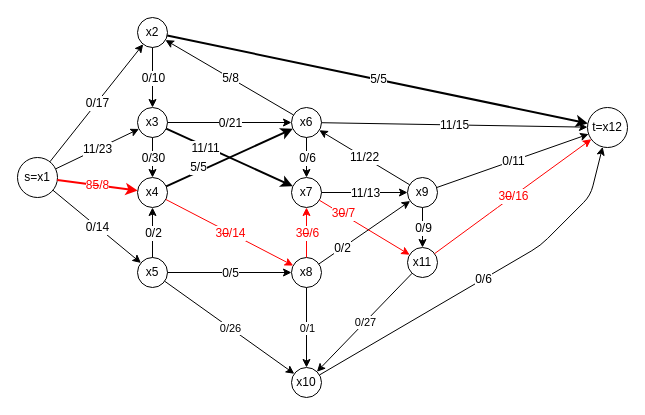
The draw.io diagram дискретка/work graph.drawio in Trickster2038/BmstuLabs4, before the edit. Source tidied: cells renumbered, new cells numbered last; positions are measured from the earlier drawing's top-left corner, leaving out a move shared by most shapes. Both pictures are drawn from the tidied source at 100%, with x=0, y=0 at pixel (17, 17).
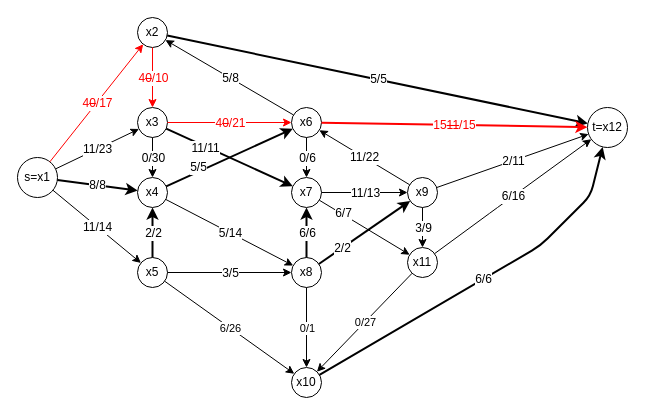
The same page after the edit.

The change refers to these unchanged cells:
```xml
<mxCell id="17" value="t=x12" style="ellipse;whiteSpace=wrap;html=1;fontSize=12;" parent="1" vertex="1">
  <mxGeometry x="570" y="90" width="40" height="40" as="geometry" />
</mxCell>
```

The edit, as a diff of the source:
```diff
@@
-    <mxCell id="2" value="s=x1" style="ellipse;whiteSpace=wrap;html=1;fontSize=12;" parent="1" vertex="1">
+    <mxCell id="2" value="s=x1" style="ellipse;whiteSpace=wrap;html=1;fontSize=12;labelBackgroundColor=#ffffff;" parent="1" vertex="1">
       <mxGeometry y="140" width="40" height="40" as="geometry" />
     </mxCell>
-    <mxCell id="3" value="x2" style="ellipse;whiteSpace=wrap;html=1;fontSize=12;" parent="1" vertex="1">
+    <mxCell id="3" value="x2" style="ellipse;whiteSpace=wrap;html=1;fontSize=12;labelBackgroundColor=#ffffff;" parent="1" vertex="1">
       <mxGeometry x="120" width="30" height="30" as="geometry" />
     </mxCell>
-    <mxCell id="4" value="x3" style="ellipse;whiteSpace=wrap;html=1;fontSize=12;" parent="1" vertex="1">
+    <mxCell id="4" value="x3" style="ellipse;whiteSpace=wrap;html=1;fontSize=12;labelBackgroundColor=#ffffff;" parent="1" vertex="1">
       <mxGeometry x="120" y="90" width="30" height="30" as="geometry" />
     </mxCell>
-    <mxCell id="5" value="x4" style="ellipse;whiteSpace=wrap;html=1;fontSize=12;" parent="1" vertex="1">
+    <mxCell id="5" value="x4" style="ellipse;whiteSpace=wrap;html=1;fontSize=12;labelBackgroundColor=#ffffff;" parent="1" vertex="1">
       <mxGeometry x="120" y="160" width="30" height="30" as="geometry" />
     </mxCell>
-    <mxCell id="6" value="x5" style="ellipse;whiteSpace=wrap;html=1;" parent="1" vertex="1">
+    <mxCell id="6" value="x5" style="ellipse;whiteSpace=wrap;html=1;labelBackgroundColor=#ffffff;" parent="1" vertex="1">
       <mxGeometry x="120" y="240" width="30" height="30" as="geometry" />
     </mxCell>
-    <mxCell id="7" style="endArrow=classic;html=1;fontSize=12;" parent="1" edge="1" source="2" target="3">
+    <mxCell id="7" style="endArrow=classic;html=1;fontSize=12;labelBackgroundColor=#ffffff;strokeColor=#FF0000;" parent="1" edge="1" source="2" target="3">
       <mxGeometry relative="1" as="geometry" />
     </mxCell>
-    <mxCell id="8" value="0/17" style="edgeLabel;html=1;align=center;verticalAlign=middle;fontSize=12;" parent="7" vertex="1">
+    <mxCell id="8" value="4&lt;strike&gt;0&lt;/strike&gt;/17" style="edgeLabel;html=1;align=center;verticalAlign=middle;fontSize=12;labelBackgroundColor=#ffffff;fontColor=#FF0000;" parent="7" vertex="1">
       <mxGeometry relative="1" as="geometry" />
     </mxCell>
-    <mxCell id="9" style="endArrow=classic;html=1;fillColor=#f8cecc;fontSize=12;" parent="1" edge="1" source="2" target="4">
+    <mxCell id="9" style="endArrow=classic;html=1;fillColor=#f8cecc;fontSize=12;labelBackgroundColor=#ffffff;" parent="1" edge="1" source="2" target="4">
       <mxGeometry relative="1" as="geometry" />
     </mxCell>
-    <mxCell id="10" value="11/23" style="edgeLabel;html=1;align=center;verticalAlign=middle;fontSize=12;" parent="9" vertex="1">
+    <mxCell id="10" value="11/23" style="edgeLabel;html=1;align=center;verticalAlign=middle;fontSize=12;labelBackgroundColor=#ffffff;" parent="9" vertex="1">
       <mxGeometry relative="1" as="geometry" />
     </mxCell>
-    <mxCell id="11" style="endArrow=classic;html=1;fontSize=12;strokeColor=#FF0000;strokeWidth=2;" parent="1" edge="1" source="2" target="5">
+    <mxCell id="11" style="endArrow=classic;html=1;fontSize=12;strokeWidth=2;labelBackgroundColor=#ffffff;" parent="1" edge="1" source="2" target="5">
       <mxGeometry relative="1" as="geometry" />
     </mxCell>
-    <mxCell id="12" value="8&lt;strike&gt;5&lt;/strike&gt;/8" style="edgeLabel;html=1;align=center;verticalAlign=middle;fontSize=12;fontColor=#FF0000;" parent="11" vertex="1">
+    <mxCell id="12" value="8/8" style="edgeLabel;html=1;align=center;verticalAlign=middle;fontSize=12;labelBackgroundColor=#ffffff;" parent="11" vertex="1">
       <mxGeometry relative="1" as="geometry" />
     </mxCell>
-    <mxCell id="13" style="endArrow=classic;html=1;fontSize=12;" parent="1" edge="1" source="2" target="6">
+    <mxCell id="13" style="endArrow=classic;html=1;fontSize=12;labelBackgroundColor=#ffffff;" parent="1" edge="1" source="2" target="6">
       <mxGeometry relative="1" as="geometry" />
     </mxCell>
-    <mxCell id="14" value="0/14" style="edgeLabel;html=1;align=center;verticalAlign=middle;fontSize=12;" parent="13" vertex="1">
+    <mxCell id="14" value="11/14" style="edgeLabel;html=1;align=center;verticalAlign=middle;fontSize=12;labelBackgroundColor=#ffffff;" parent="13" vertex="1">
       <mxGeometry relative="1" as="geometry" />
     </mxCell>
-    <mxCell id="15" style="endArrow=classic;html=1;fontSize=12;" parent="1" edge="1" source="3" target="4">
+    <mxCell id="15" style="endArrow=classic;html=1;fontSize=12;labelBackgroundColor=#ffffff;strokeColor=#FF0000;" parent="1" edge="1" source="3" target="4">
       <mxGeometry relative="1" as="geometry" />
     </mxCell>
-    <mxCell id="16" value="0/10" style="edgeLabel;html=1;align=center;verticalAlign=middle;fontSize=12;" parent="15" vertex="1">
+    <mxCell id="16" value="4&lt;strike&gt;0&lt;/strike&gt;/10" style="edgeLabel;html=1;align=center;verticalAlign=middle;fontSize=12;labelBackgroundColor=#ffffff;fontColor=#FF0000;" parent="15" vertex="1">
       <mxGeometry relative="1" as="geometry" />
     </mxCell>
@@
-    <mxCell id="18" style="endArrow=classic;html=1;fontSize=12;strokeWidth=2;" parent="1" edge="1" source="3" target="17">
+    <mxCell id="18" style="endArrow=classic;html=1;fontSize=12;strokeWidth=2;labelBackgroundColor=#ffffff;" parent="1" edge="1" source="3" target="17">
       <mxGeometry relative="1" as="geometry" />
     </mxCell>
-    <mxCell id="19" value="&lt;font color=&quot;#000000&quot;&gt;5/5&lt;/font&gt;" style="edgeLabel;html=1;align=center;verticalAlign=middle;fontSize=12;fontColor=#FF0000;" parent="18" vertex="1">
+    <mxCell id="19" value="&lt;font&gt;5/5&lt;/font&gt;" style="edgeLabel;html=1;align=center;verticalAlign=middle;fontSize=12;labelBackgroundColor=#ffffff;" parent="18" vertex="1">
       <mxGeometry relative="1" as="geometry" />
     </mxCell>
-    <mxCell id="20" style="endArrow=classic;html=1;fontSize=12;" parent="1" edge="1" source="4" target="5">
+    <mxCell id="20" style="endArrow=classic;html=1;fontSize=12;labelBackgroundColor=#ffffff;" parent="1" edge="1" source="4" target="5">
       <mxGeometry relative="1" as="geometry" />
     </mxCell>
-    <mxCell id="21" value="0/30" style="edgeLabel;html=1;align=center;verticalAlign=middle;fontSize=12;" parent="20" vertex="1">
+    <mxCell id="21" value="0/30" style="edgeLabel;html=1;align=center;verticalAlign=middle;fontSize=12;labelBackgroundColor=#ffffff;" parent="20" vertex="1">
       <mxGeometry relative="1" as="geometry" />
     </mxCell>
-    <mxCell id="22" value="x6" style="ellipse;whiteSpace=wrap;html=1;fontSize=12;" parent="1" vertex="1">
+    <mxCell id="22" value="x6" style="ellipse;whiteSpace=wrap;html=1;fontSize=12;labelBackgroundColor=#ffffff;" parent="1" vertex="1">
       <mxGeometry x="274" y="90" width="30" height="30" as="geometry" />
     </mxCell>
-    <mxCell id="23" style="endArrow=classic;html=1;fillColor=#dae8fc;fontSize=12;" parent="1" edge="1" source="4" target="22">
+    <mxCell id="23" style="endArrow=classic;html=1;fillColor=#dae8fc;fontSize=12;labelBackgroundColor=#ffffff;strokeColor=#FF0000;" parent="1" edge="1" source="4" target="22">
       <mxGeometry relative="1" as="geometry" />
     </mxCell>
-    <mxCell id="24" value="0/21" style="edgeLabel;html=1;align=center;verticalAlign=middle;fontSize=12;" parent="23" vertex="1">
+    <mxCell id="24" value="4&lt;strike&gt;0&lt;/strike&gt;/21" style="edgeLabel;html=1;align=center;verticalAlign=middle;fontSize=12;labelBackgroundColor=#ffffff;fontColor=#FF0000;" parent="23" vertex="1">
       <mxGeometry relative="1" as="geometry" />
     </mxCell>
-    <mxCell id="25" value="x7" style="ellipse;whiteSpace=wrap;html=1;fontSize=12;" parent="1" vertex="1">
+    <mxCell id="25" value="x7" style="ellipse;whiteSpace=wrap;html=1;fontSize=12;labelBackgroundColor=#ffffff;" parent="1" vertex="1">
       <mxGeometry x="274" y="160" width="30" height="30" as="geometry" />
     </mxCell>
-    <mxCell id="26" style="endArrow=classic;html=1;strokeWidth=2;fontSize=12;" parent="1" edge="1" source="4" target="25">
+    <mxCell id="26" style="endArrow=classic;html=1;strokeWidth=2;fontSize=12;labelBackgroundColor=#ffffff;" parent="1" edge="1" source="4" target="25">
       <mxGeometry relative="1" as="geometry" />
     </mxCell>
-    <mxCell id="27" value="11/11" style="edgeLabel;html=1;align=center;verticalAlign=middle;fontSize=12;" parent="26" vertex="1">
+    <mxCell id="27" value="11/11" style="edgeLabel;html=1;align=center;verticalAlign=middle;fontSize=12;labelBackgroundColor=#ffffff;" parent="26" vertex="1">
       <mxGeometry relative="1" as="geometry">
         <mxPoint x="-25.1" y="-10" as="offset" />
       </mxGeometry>
     </mxCell>
-    <mxCell id="28" style="endArrow=classic;html=1;fontSize=12;strokeWidth=2;" parent="1" edge="1" source="5" target="22">
+    <mxCell id="28" style="endArrow=classic;html=1;fontSize=12;strokeWidth=2;labelBackgroundColor=#ffffff;" parent="1" edge="1" source="5" target="22">
       <mxGeometry relative="1" as="geometry" />
     </mxCell>
-    <mxCell id="29" value="&lt;font color=&quot;#000000&quot;&gt;5/5&lt;/font&gt;" style="edgeLabel;html=1;align=center;verticalAlign=middle;fontSize=12;fontColor=#FF0000;" parent="28" vertex="1">
+    <mxCell id="29" value="&lt;font&gt;5/5&lt;/font&gt;" style="edgeLabel;html=1;align=center;verticalAlign=middle;fontSize=12;labelBackgroundColor=#ffffff;" parent="28" vertex="1">
       <mxGeometry relative="1" as="geometry">
         <mxPoint x="-31.9" y="10" as="offset" />
       </mxGeometry>
     </mxCell>
-    <mxCell id="30" value="x8" style="ellipse;whiteSpace=wrap;html=1;" parent="1" vertex="1">
+    <mxCell id="30" value="x8" style="ellipse;whiteSpace=wrap;html=1;labelBackgroundColor=#ffffff;" parent="1" vertex="1">
       <mxGeometry x="274" y="240" width="30" height="30" as="geometry" />
     </mxCell>
-    <mxCell id="31" style="endArrow=classic;html=1;fontSize=12;strokeColor=#FF0000;" parent="1" edge="1" source="5" target="30">
+    <mxCell id="31" style="endArrow=classic;html=1;fontSize=12;labelBackgroundColor=#ffffff;" parent="1" edge="1" source="5" target="30">
       <mxGeometry relative="1" as="geometry" />
     </mxCell>
-    <mxCell id="32" value="&lt;font color=&quot;#ff0000&quot;&gt;3&lt;strike&gt;0&lt;/strike&gt;/14&lt;/font&gt;" style="edgeLabel;html=1;align=center;verticalAlign=middle;fontSize=12;" parent="31" vertex="1">
+    <mxCell id="32" value="&lt;font&gt;5/14&lt;/font&gt;" style="edgeLabel;html=1;align=center;verticalAlign=middle;fontSize=12;labelBackgroundColor=#ffffff;" parent="31" vertex="1">
       <mxGeometry relative="1" as="geometry" />
     </mxCell>
-    <mxCell id="33" style="endArrow=classic;html=1;strokeColor=#000000;fontSize=12;" parent="1" edge="1" source="6" target="5">
+    <mxCell id="33" style="endArrow=classic;html=1;fontSize=12;strokeWidth=2;labelBackgroundColor=#ffffff;" parent="1" edge="1" source="6" target="5">
       <mxGeometry relative="1" as="geometry" />
     </mxCell>
-    <mxCell id="34" value="0/2" style="edgeLabel;html=1;align=center;verticalAlign=middle;fontSize=12;" parent="33" vertex="1">
+    <mxCell id="34" value="2/2" style="edgeLabel;html=1;align=center;verticalAlign=middle;fontSize=12;labelBackgroundColor=#ffffff;" parent="33" vertex="1">
       <mxGeometry relative="1" as="geometry" />
     </mxCell>
-    <mxCell id="35" style="endArrow=classic;html=1;strokeColor=#000000;fontSize=12;" parent="1" edge="1" source="6" target="30">
+    <mxCell id="35" style="endArrow=classic;html=1;fontSize=12;labelBackgroundColor=#ffffff;" parent="1" edge="1" source="6" target="30">
       <mxGeometry relative="1" as="geometry" />
     </mxCell>
-    <mxCell id="36" value="0/5" style="edgeLabel;html=1;align=center;verticalAlign=middle;fontSize=12;" parent="35" vertex="1">
+    <mxCell id="36" value="3/5" style="edgeLabel;html=1;align=center;verticalAlign=middle;fontSize=12;labelBackgroundColor=#ffffff;" parent="35" vertex="1">
       <mxGeometry relative="1" as="geometry" />
     </mxCell>
-    <mxCell id="37" value="x10" style="ellipse;whiteSpace=wrap;html=1;" parent="1" vertex="1">
+    <mxCell id="37" value="x10" style="ellipse;whiteSpace=wrap;html=1;labelBackgroundColor=#ffffff;" parent="1" vertex="1">
       <mxGeometry x="274" y="350" width="30" height="30" as="geometry" />
     </mxCell>
-    <mxCell id="38" style="endArrow=classic;html=1;strokeColor=#000000;" parent="1" edge="1" source="6" target="37">
+    <mxCell id="38" style="endArrow=classic;html=1;labelBackgroundColor=#ffffff;" parent="1" edge="1" source="6" target="37">
       <mxGeometry relative="1" as="geometry" />
     </mxCell>
-    <mxCell id="39" value="0/26" style="edgeLabel;html=1;align=center;verticalAlign=middle;" parent="38" vertex="1">
+    <mxCell id="39" value="6/26" style="edgeLabel;html=1;align=center;verticalAlign=middle;labelBackgroundColor=#ffffff;" parent="38" vertex="1">
       <mxGeometry relative="1" as="geometry" />
     </mxCell>
-    <mxCell id="40" style="endArrow=classic;html=1;fontSize=12;" parent="1" edge="1" source="22" target="3">
+    <mxCell id="40" style="endArrow=classic;html=1;fontSize=12;labelBackgroundColor=#ffffff;" parent="1" edge="1" source="22" target="3">
       <mxGeometry relative="1" as="geometry" />
     </mxCell>
-    <mxCell id="41" value="&lt;font color=&quot;#000000&quot;&gt;5/8&lt;/font&gt;" style="edgeLabel;html=1;align=center;verticalAlign=middle;fontSize=12;fontColor=#FF0000;" parent="40" vertex="1">
+    <mxCell id="41" value="&lt;font&gt;5/8&lt;/font&gt;" style="edgeLabel;html=1;align=center;verticalAlign=middle;fontSize=12;labelBackgroundColor=#ffffff;" parent="40" vertex="1">
       <mxGeometry relative="1" as="geometry" />
     </mxCell>
-    <mxCell id="42" style="endArrow=classic;html=1;strokeColor=#000000;fontSize=12;" parent="1" edge="1" source="22" target="25">
+    <mxCell id="42" style="endArrow=classic;html=1;strokeColor=#000000;fontSize=12;labelBackgroundColor=#ffffff;" parent="1" edge="1" source="22" target="25">
       <mxGeometry relative="1" as="geometry" />
     </mxCell>
-    <mxCell id="43" value="0/6" style="edgeLabel;html=1;align=center;verticalAlign=middle;fontSize=12;" parent="42" vertex="1">
+    <mxCell id="43" value="0/6" style="edgeLabel;html=1;align=center;verticalAlign=middle;fontSize=12;labelBackgroundColor=#ffffff;" parent="42" vertex="1">
       <mxGeometry relative="1" as="geometry" />
     </mxCell>
-    <mxCell id="44" style="endArrow=classic;html=1;fontSize=12;" parent="1" edge="1" source="22" target="17">
+    <mxCell id="44" style="endArrow=classic;html=1;fontSize=12;labelBackgroundColor=#ffffff;strokeColor=#FF0000;strokeWidth=2;" parent="1" edge="1" source="22" target="17">
       <mxGeometry relative="1" as="geometry" />
     </mxCell>
-    <mxCell id="45" value="11/15" style="edgeLabel;html=1;align=center;verticalAlign=middle;fontSize=12;" parent="44" vertex="1">
+    <mxCell id="45" value="15&lt;strike&gt;11&lt;/strike&gt;/15" style="edgeLabel;html=1;align=center;verticalAlign=middle;fontSize=12;labelBackgroundColor=#ffffff;fontColor=#FF0000;" parent="44" vertex="1">
       <mxGeometry relative="1" as="geometry" />
     </mxCell>
-    <mxCell id="46" value="x9" style="ellipse;whiteSpace=wrap;html=1;fontSize=12;" parent="1" vertex="1">
+    <mxCell id="46" value="x9" style="ellipse;whiteSpace=wrap;html=1;fontSize=12;labelBackgroundColor=#ffffff;" parent="1" vertex="1">
       <mxGeometry x="390" y="160" width="30" height="30" as="geometry" />
     </mxCell>
-    <mxCell id="47" style="endArrow=classic;html=1;fontSize=12;" parent="1" edge="1" source="25" target="46">
+    <mxCell id="47" style="endArrow=classic;html=1;fontSize=12;labelBackgroundColor=#ffffff;" parent="1" edge="1" source="25" target="46">
       <mxGeometry relative="1" as="geometry" />
     </mxCell>
-    <mxCell id="48" value="11/13" style="edgeLabel;html=1;align=center;verticalAlign=middle;fontSize=12;" parent="47" vertex="1">
+    <mxCell id="48" value="11/13" style="edgeLabel;html=1;align=center;verticalAlign=middle;fontSize=12;labelBackgroundColor=#ffffff;" parent="47" vertex="1">
       <mxGeometry relative="1" as="geometry" />
     </mxCell>
-    <mxCell id="49" value="x11" style="ellipse;whiteSpace=wrap;html=1;fontSize=12;" parent="1" vertex="1">
+    <mxCell id="49" value="x11" style="ellipse;whiteSpace=wrap;html=1;fontSize=12;labelBackgroundColor=#ffffff;" parent="1" vertex="1">
       <mxGeometry x="390" y="230" width="30" height="30" as="geometry" />
     </mxCell>
-    <mxCell id="50" style="endArrow=classic;html=1;fontSize=12;strokeColor=#FF0000;" parent="1" edge="1" source="25" target="49">
+    <mxCell id="50" style="endArrow=classic;html=1;fontSize=12;labelBackgroundColor=#ffffff;" parent="1" edge="1" source="25" target="49">
       <mxGeometry relative="1" as="geometry" />
     </mxCell>
-    <mxCell id="51" value="&lt;font color=&quot;#ff0000&quot;&gt;3&lt;strike&gt;0&lt;/strike&gt;/7&lt;/font&gt;" style="edgeLabel;html=1;align=center;verticalAlign=middle;fontSize=12;" parent="50" vertex="1">
+    <mxCell id="51" value="&lt;font&gt;6/7&lt;/font&gt;" style="edgeLabel;html=1;align=center;verticalAlign=middle;fontSize=12;labelBackgroundColor=#ffffff;" parent="50" vertex="1">
       <mxGeometry relative="1" as="geometry">
         <mxPoint x="-21.9" y="-14.9" as="offset" />
       </mxGeometry>
     </mxCell>
-    <mxCell id="52" style="endArrow=classic;html=1;fontSize=12;strokeColor=#FF0000;" parent="1" edge="1" source="30" target="25">
+    <mxCell id="52" style="endArrow=classic;html=1;fontSize=12;labelBackgroundColor=#ffffff;strokeWidth=2;" parent="1" edge="1" source="30" target="25">
       <mxGeometry relative="1" as="geometry" />
     </mxCell>
-    <mxCell id="53" value="&lt;font color=&quot;#ff0000&quot;&gt;3&lt;strike&gt;0&lt;/strike&gt;/6&lt;/font&gt;" style="edgeLabel;html=1;align=center;verticalAlign=middle;fontSize=12;" parent="52" vertex="1">
+    <mxCell id="53" value="&lt;font&gt;6/6&lt;/font&gt;" style="edgeLabel;html=1;align=center;verticalAlign=middle;fontSize=12;labelBackgroundColor=#ffffff;" parent="52" vertex="1">
       <mxGeometry relative="1" as="geometry" />
     </mxCell>
-    <mxCell id="54" style="endArrow=classic;html=1;strokeColor=#000000;fontSize=12;" parent="1" edge="1" source="30" target="46">
+    <mxCell id="54" style="endArrow=classic;html=1;fontSize=12;strokeWidth=2;labelBackgroundColor=#ffffff;" parent="1" edge="1" source="30" target="46">
       <mxGeometry relative="1" as="geometry" />
     </mxCell>
-    <mxCell id="55" value="0/2" style="edgeLabel;html=1;align=center;verticalAlign=middle;fontSize=12;" parent="54" vertex="1">
+    <mxCell id="55" value="2/2" style="edgeLabel;html=1;align=center;verticalAlign=middle;fontSize=12;labelBackgroundColor=#ffffff;" parent="54" vertex="1">
       <mxGeometry relative="1" as="geometry">
         <mxPoint x="-21.9" y="14.9" as="offset" />
       </mxGeometry>
     </mxCell>
-    <mxCell id="56" style="endArrow=classic;html=1;strokeColor=#000000;" parent="1" edge="1" source="30" target="37">
+    <mxCell id="56" style="endArrow=classic;html=1;strokeColor=#000000;labelBackgroundColor=#ffffff;" parent="1" edge="1" source="30" target="37">
       <mxGeometry relative="1" as="geometry" />
     </mxCell>
-    <mxCell id="57" value="0/1" style="edgeLabel;html=1;align=center;verticalAlign=middle;" parent="56" vertex="1">
+    <mxCell id="57" value="0/1" style="edgeLabel;html=1;align=center;verticalAlign=middle;labelBackgroundColor=#ffffff;" parent="56" vertex="1">
       <mxGeometry relative="1" as="geometry" />
     </mxCell>
-    <mxCell id="58" style="endArrow=classic;html=1;fontSize=12;" parent="1" edge="1" source="46" target="22">
+    <mxCell id="58" style="endArrow=classic;html=1;fontSize=12;labelBackgroundColor=#ffffff;" parent="1" edge="1" source="46" target="22">
       <mxGeometry relative="1" as="geometry" />
     </mxCell>
-    <mxCell id="59" value="11/22" style="edgeLabel;html=1;align=center;verticalAlign=middle;fontSize=12;" parent="58" vertex="1">
+    <mxCell id="59" value="11/22" style="edgeLabel;html=1;align=center;verticalAlign=middle;fontSize=12;labelBackgroundColor=#ffffff;" parent="58" vertex="1">
       <mxGeometry relative="1" as="geometry" />
     </mxCell>
-    <mxCell id="60" style="endArrow=classic;html=1;strokeColor=#000000;fontSize=12;" parent="1" edge="1" source="46" target="49">
+    <mxCell id="60" style="endArrow=classic;html=1;strokeColor=#000000;fontSize=12;labelBackgroundColor=#ffffff;" parent="1" edge="1" source="46" target="49">
       <mxGeometry relative="1" as="geometry" />
     </mxCell>
-    <mxCell id="61" value="0/9" style="edgeLabel;html=1;align=center;verticalAlign=middle;fontSize=12;" parent="60" vertex="1">
+    <mxCell id="61" value="3/9" style="edgeLabel;html=1;align=center;verticalAlign=middle;fontSize=12;labelBackgroundColor=#ffffff;" parent="60" vertex="1">
       <mxGeometry relative="1" as="geometry" />
     </mxCell>
-    <mxCell id="62" style="endArrow=classic;html=1;strokeColor=#000000;fontSize=12;" parent="1" edge="1" source="46" target="17">
+    <mxCell id="62" style="endArrow=classic;html=1;fontSize=12;labelBackgroundColor=#ffffff;" parent="1" edge="1" source="46" target="17">
       <mxGeometry relative="1" as="geometry" />
     </mxCell>
-    <mxCell id="63" value="0/11" style="edgeLabel;html=1;align=center;verticalAlign=middle;fontSize=12;" parent="62" vertex="1">
+    <mxCell id="63" value="2/11" style="edgeLabel;html=1;align=center;verticalAlign=middle;fontSize=12;labelBackgroundColor=#ffffff;" parent="62" vertex="1">
       <mxGeometry relative="1" as="geometry" />
     </mxCell>
-    <mxCell id="64" style="endArrow=classic;html=1;strokeColor=#000000;" parent="1" edge="1" source="37" target="17">
+    <mxCell id="64" style="endArrow=classic;html=1;labelBackgroundColor=#ffffff;strokeWidth=2;" parent="1" edge="1" source="37" target="17">
       <mxGeometry relative="1" as="geometry">
         <Array as="points">
           <mxPoint x="523" y="228.1" />
           <mxPoint x="573" y="178.1" />
         </Array>
       </mxGeometry>
     </mxCell>
-    <mxCell id="65" value="0/6" style="edgeLabel;html=1;align=center;verticalAlign=middle;fontSize=12;" parent="64" vertex="1">
+    <mxCell id="65" value="6/6" style="edgeLabel;html=1;align=center;verticalAlign=middle;fontSize=12;labelBackgroundColor=#ffffff;" parent="64" vertex="1">
       <mxGeometry relative="1" as="geometry" />
     </mxCell>
-    <mxCell id="66" style="endArrow=classic;html=1;strokeColor=#000000;" parent="1" edge="1" source="49" target="37">
+    <mxCell id="66" style="endArrow=classic;html=1;strokeColor=#000000;labelBackgroundColor=#ffffff;" parent="1" edge="1" source="49" target="37">
       <mxGeometry relative="1" as="geometry" />
     </mxCell>
-    <mxCell id="67" value="0/27" style="edgeLabel;html=1;align=center;verticalAlign=middle;" parent="66" vertex="1">
+    <mxCell id="67" value="0/27" style="edgeLabel;html=1;align=center;verticalAlign=middle;labelBackgroundColor=#ffffff;" parent="66" vertex="1">
       <mxGeometry relative="1" as="geometry" />
     </mxCell>
-    <mxCell id="68" style="endArrow=classic;html=1;fontSize=12;strokeColor=#FF0000;" parent="1" edge="1" source="49" target="17">
+    <mxCell id="68" style="endArrow=classic;html=1;fontSize=12;labelBackgroundColor=#ffffff;" parent="1" edge="1" source="49" target="17">
       <mxGeometry relative="1" as="geometry">
         <Array as="points">
           <mxPoint x="480" y="190" />
         </Array>
       </mxGeometry>
     </mxCell>
-    <mxCell id="69" value="&lt;font color=&quot;#ff0000&quot;&gt;3&lt;strike&gt;0&lt;/strike&gt;/16&lt;/font&gt;" style="edgeLabel;html=1;align=center;verticalAlign=middle;fontSize=12;" parent="68" vertex="1">
+    <mxCell id="69" value="&lt;font&gt;6/16&lt;/font&gt;" style="edgeLabel;html=1;align=center;verticalAlign=middle;fontSize=12;labelBackgroundColor=#ffffff;" parent="68" vertex="1">
       <mxGeometry relative="1" as="geometry" />
     </mxCell>
```
